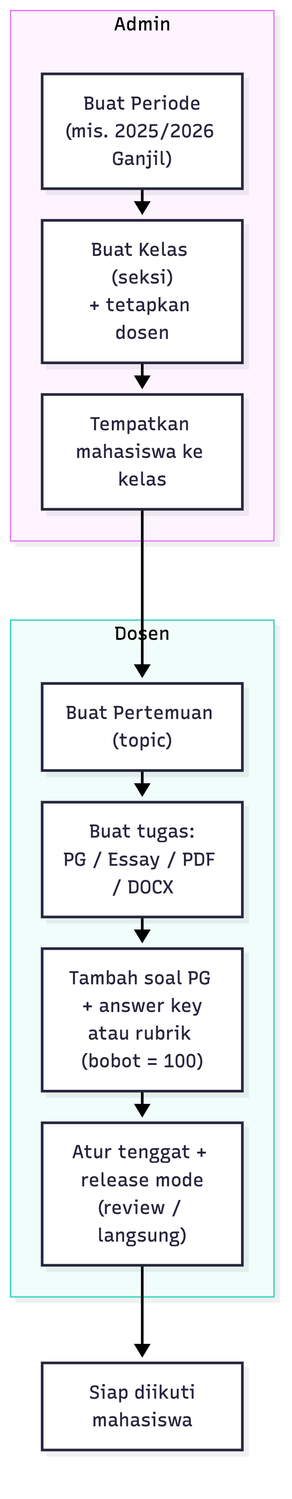
Above: docs/flows/03-course-setup.png in hansputera/umbima-smt1-tugas-generativeai (Mermaid), before the change. Its source is kept beside it as docs/flows/03-course-setup.mmd.
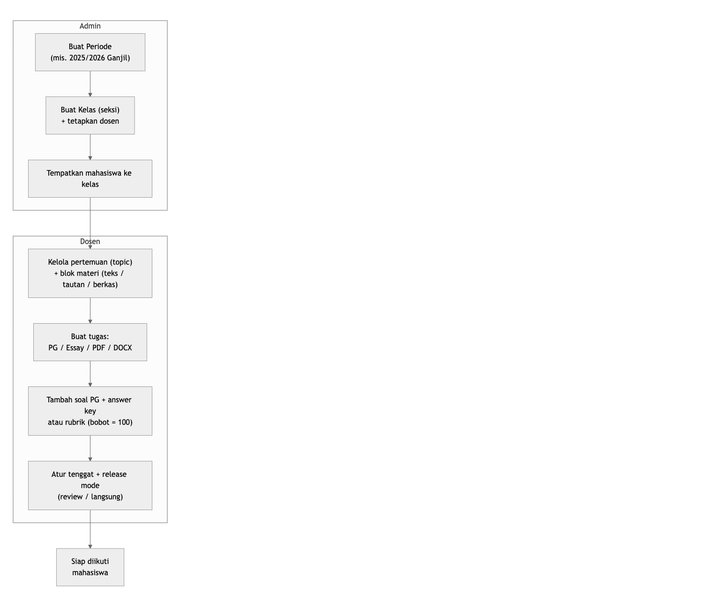
The same file after the commit.

The edit, as a diff of the source:
```diff
@@ -4,9 +4,9 @@
     A2 --> A3["Tempatkan mahasiswa ke kelas"]
   end
   subgraph DOS["Dosen"]
-    B1["Buat Pertemuan (topic)"] --> B2["Buat tugas:<br/>PG / Essay / PDF / DOCX"]
-    B2 --> B3["Tambah soal PG + answer key<br/>atau rubrik (bobot = 100)"]
-    B3 --> B4["Atur tenggat + release mode<br/>(review / langsung)"]
+    B0["Kelola pertemuan (topic)<br/>+ blok materi (teks / tautan / berkas)"] --> B1["Buat tugas:<br/>PG / Essay / PDF / DOCX"]
+    B1 --> B2["Tambah soal PG + answer key<br/>atau rubrik (bobot = 100)"]
+    B2 --> B3["Atur tenggat + release mode<br/>(review / langsung)"]
   end
-  A3 --> B1
-  B4 --> C["Siap diikuti<br/>mahasiswa"]
+  A3 --> B0
+  B3 --> C["Siap diikuti<br/>mahasiswa"]
```
